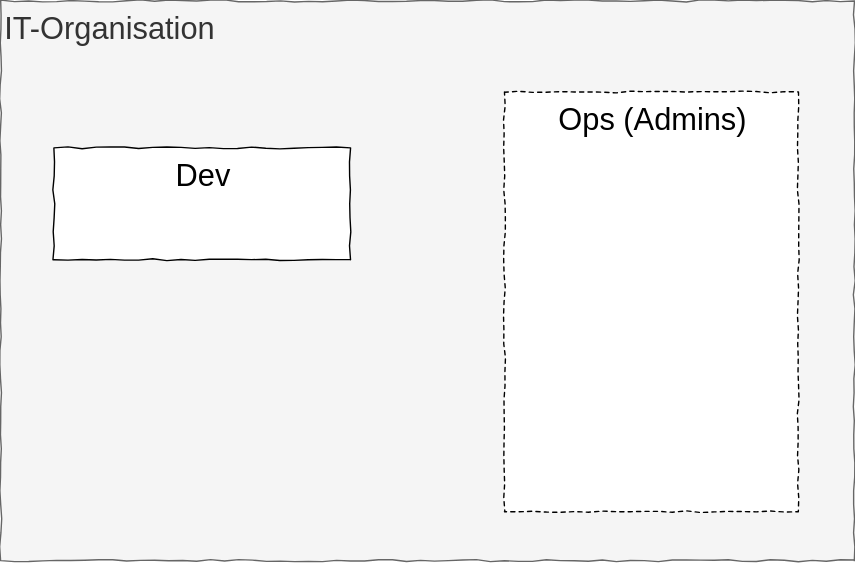
iteratec/techcamp-devops-slides keeps this draw.io diagram as img/diagram_01.svg. Above is the earlier version. Source tidied: cells renumbered, new cells last; positions are measured from the earlier drawing's top-left corner, leaving out a move shared by most shapes. Source of this version:
```xml
<mxGraphModel>
  <root>
    <mxCell id="0" />
    <mxCell id="1" parent="0" />
    <mxCell id="2" value="IT-Organisation" style="rounded=0;whiteSpace=wrap;html=1;comic=1;fontSize=22;align=left;verticalAlign=top;fillColor=#f5f5f5;strokeColor=#666666;fontColor=#333333;" parent="1" vertex="1">
      <mxGeometry width="610" height="400" as="geometry" />
    </mxCell>
    <mxCell id="3" value="Dev" style="rounded=0;whiteSpace=wrap;html=1;comic=1;fontSize=22;align=center;verticalAlign=top;" parent="1" vertex="1">
      <mxGeometry x="38" y="105" width="212" height="80" as="geometry" />
    </mxCell>
    <mxCell id="4" value="&lt;div style=&quot;font-size: 22px;&quot;&gt;Ops (Admins)&lt;br style=&quot;font-size: 22px;&quot;&gt;&lt;/div&gt;" style="rounded=0;whiteSpace=wrap;html=1;comic=1;fontSize=22;align=center;verticalAlign=top;dashed=1;" parent="1" vertex="1">
      <mxGeometry x="360" y="65" width="210" height="300" as="geometry" />
    </mxCell>
  </root>
</mxGraphModel>
```
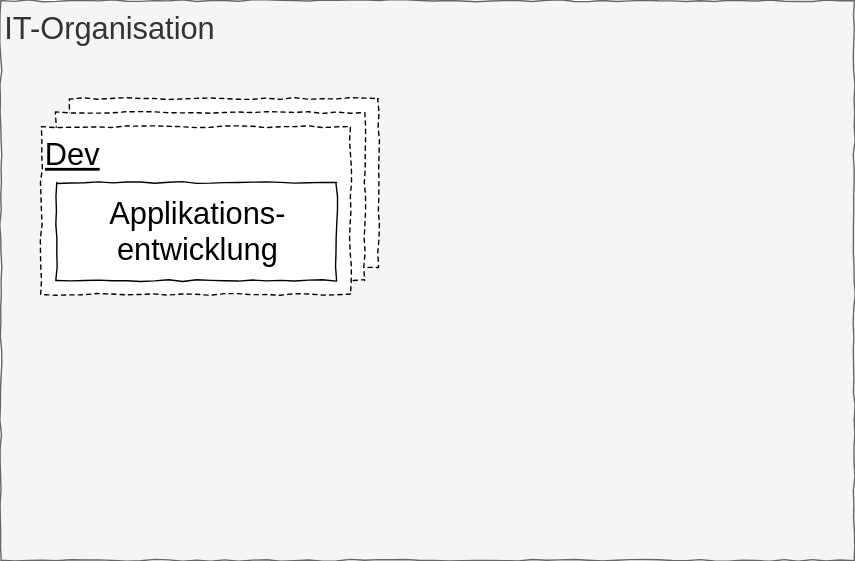
Above is the later version.

The edit, as a diff of the source:
```diff
@@ -5,11 +5,23 @@
     <mxCell id="2" value="IT-Organisation" style="rounded=0;whiteSpace=wrap;html=1;comic=1;fontSize=22;align=left;verticalAlign=top;fillColor=#f5f5f5;strokeColor=#666666;fontColor=#333333;" parent="1" vertex="1">
       <mxGeometry width="610" height="400" as="geometry" />
     </mxCell>
-    <mxCell id="3" value="Dev" style="rounded=0;whiteSpace=wrap;html=1;comic=1;fontSize=22;align=center;verticalAlign=top;" parent="1" vertex="1">
-      <mxGeometry x="38" y="105" width="212" height="80" as="geometry" />
+    <mxCell id="3" value="Dev" style="rounded=0;whiteSpace=wrap;html=1;comic=1;fontSize=22;align=left;verticalAlign=top;dashed=1;" parent="1" vertex="1">
+      <mxGeometry x="49" y="70" width="221" height="120" as="geometry" />
     </mxCell>
-    <mxCell id="4" value="&lt;div style=&quot;font-size: 22px;&quot;&gt;Ops (Admins)&lt;br style=&quot;font-size: 22px;&quot;&gt;&lt;/div&gt;" style="rounded=0;whiteSpace=wrap;html=1;comic=1;fontSize=22;align=center;verticalAlign=top;dashed=1;" parent="1" vertex="1">
-      <mxGeometry x="360" y="65" width="210" height="300" as="geometry" />
+    <mxCell id="4" value="Dev" style="rounded=0;whiteSpace=wrap;html=1;comic=1;fontSize=22;align=left;verticalAlign=top;dashed=1;" parent="1" vertex="1">
+      <mxGeometry x="39" y="80" width="221" height="120" as="geometry" />
     </mxCell>
+    <mxCell id="5" style="group;fontSize=22;" parent="1" vertex="1">
+      <mxGeometry x="294" y="59" width="33" height="321" as="geometry" />
+    </mxCell>
+    <mxCell id="6" style="group;rotation=10;fontSize=22;" parent="5" vertex="1">
+      <mxGeometry width="33" height="321" as="geometry" />
+    </mxCell>
+    <mxCell id="7" value="Dev" style="rounded=0;whiteSpace=wrap;html=1;comic=1;fontSize=22;align=left;verticalAlign=top;dashed=1;fontStyle=4;" parent="1" vertex="1">
+      <mxGeometry x="29" y="90" width="221" height="120" as="geometry" />
+    </mxCell>
+    <mxCell id="8" value="&lt;div&gt;Applikations-&lt;/div&gt;&lt;div&gt;entwicklung&lt;/div&gt;" style="rounded=0;whiteSpace=wrap;html=1;comic=1;fontSize=22;align=center;verticalAlign=middle;" parent="1" vertex="1">
+      <mxGeometry x="40" y="130" width="200" height="70" as="geometry" />
+    </mxCell>
   </root>
 </mxGraphModel>
```
